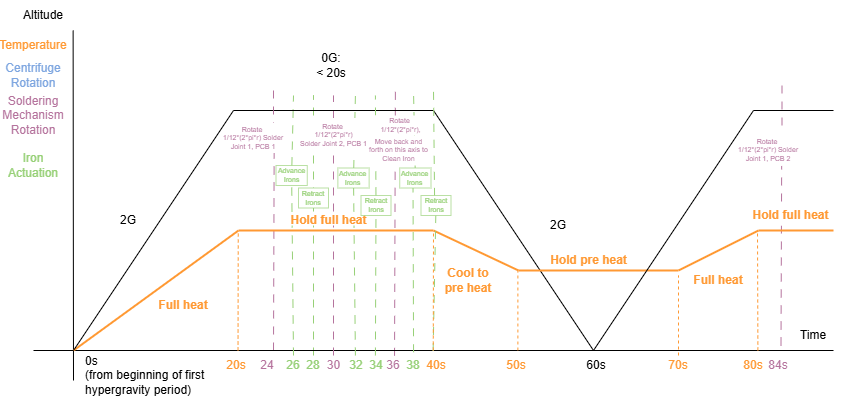
This is docs/assets/Parabolic-Operations.drawio.png from asmi-g/WSST-CentrifugeRepo-2026, a draw.io export, as it was before one commit. Source tidied: cells renumbered, new cells last; positions are measured from the earlier drawing's top-left corner, leaving out a move shared by most shapes.
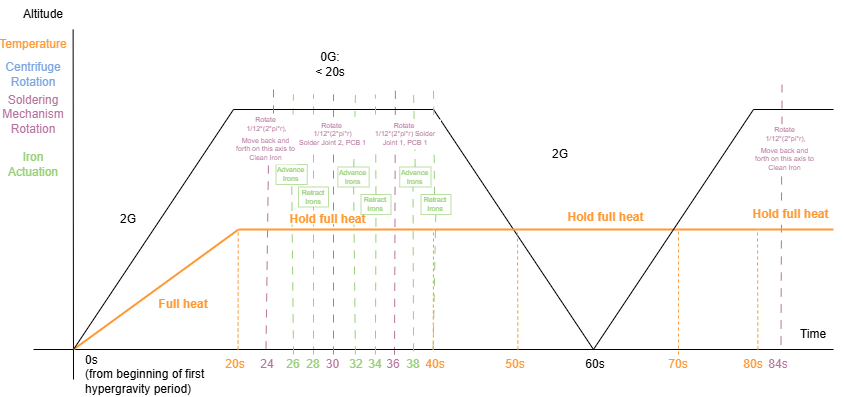
After the change.

Commit message:
stage-2-issue-6-centrifuge-operations-planning: Updated diagrams according to leads discussions

Diff of the diagram source:
```diff
@@ -24,14 +24,15 @@
         <mxPoint x="391.9" y="90" as="targetPoint" />
       </mxGeometry>
     </mxCell>
-    <mxCell id="6" style="endArrow=none;html=1;rounded=0;fontColor=#B5739D;strokeColor=#B5739D;dashed=1;dashPattern=8 8;entryX=0.795;entryY=0.994;entryDx=0;entryDy=0;entryPerimeter=0;" parent="1" edge="1" target="45">
+    <mxCell id="6" style="endArrow=none;html=1;rounded=0;fontColor=#B5739D;strokeColor=#B5739D;dashed=1;dashPattern=8 8;exitX=1;exitY=0;exitDx=0;exitDy=0;" parent="1" edge="1" source="17">
       <mxGeometry relative="1" as="geometry">
-        <mxPoint x="270" y="350" as="sourcePoint" />
+        <mxPoint x="265" y="160" as="targetPoint" />
       </mxGeometry>
     </mxCell>
-    <mxCell id="7" style="endArrow=none;html=1;rounded=0;fontColor=#B5739D;strokeColor=#B5739D;dashed=1;dashPattern=8 8;entryX=0.688;entryY=1.014;entryDx=0;entryDy=0;entryPerimeter=0;" parent="1" edge="1" target="38">
+    <mxCell id="7" style="endArrow=none;html=1;rounded=0;fontColor=#B5739D;strokeColor=#B5739D;dashed=1;dashPattern=8 8;entryX=0.688;entryY=1.014;entryDx=0;entryDy=0;entryPerimeter=0;" parent="1" edge="1">
       <mxGeometry relative="1" as="geometry">
         <mxPoint x="777.5" y="345" as="sourcePoint" />
+        <mxPoint x="778.2" y="165.4" as="targetPoint" />
       </mxGeometry>
     </mxCell>
     <mxCell id="8" style="endArrow=none;html=1;rounded=0;" parent="1" edge="1">
@@ -47,7 +48,7 @@
       <mxGeometry x="85" y="205" width="80" height="30" as="geometry" />
     </mxCell>
     <mxCell id="11" value="2G" style="text;html=1;whiteSpace=wrap;strokeColor=none;fillColor=none;align=center;verticalAlign=middle;rounded=0;" parent="1" vertex="1">
-      <mxGeometry x="515" y="210" width="80" height="30" as="geometry" />
+      <mxGeometry x="517.5" y="140" width="80" height="30" as="geometry" />
     </mxCell>
     <mxCell id="12" style="endArrow=none;html=1;rounded=0;" parent="1" edge="1">
       <mxGeometry relative="1" as="geometry">
@@ -100,7 +101,7 @@
     <mxCell id="23" style="endArrow=none;html=1;rounded=0;fontColor=#FF9933;strokeColor=#FF9933;strokeWidth=2;" parent="1" edge="1">
       <mxGeometry relative="1" as="geometry">
         <mxPoint x="430" y="230" as="sourcePoint" />
-        <mxPoint x="515" y="270" as="targetPoint" />
+        <mxPoint x="515" y="230" as="targetPoint" />
       </mxGeometry>
     </mxCell>
     <mxCell id="24" style="endArrow=none;html=1;rounded=0;" parent="1" edge="1">
@@ -111,14 +112,14 @@
     </mxCell>
     <mxCell id="25" style="endArrow=none;html=1;rounded=0;fontColor=#FF9933;strokeColor=#FF9933;strokeWidth=2;" parent="1" edge="1">
       <mxGeometry relative="1" as="geometry">
-        <mxPoint x="675" y="270" as="sourcePoint" />
+        <mxPoint x="675" y="230" as="sourcePoint" />
         <mxPoint x="755" y="230" as="targetPoint" />
       </mxGeometry>
     </mxCell>
     <mxCell id="26" style="endArrow=none;html=1;rounded=0;fontColor=#FF9933;strokeColor=#FF9933;strokeWidth=2;" parent="1" edge="1">
       <mxGeometry relative="1" as="geometry">
-        <mxPoint x="515" y="270" as="sourcePoint" />
-        <mxPoint x="675" y="270" as="targetPoint" />
+        <mxPoint x="515" y="230" as="sourcePoint" />
+        <mxPoint x="675" y="230" as="targetPoint" />
       </mxGeometry>
     </mxCell>
     <mxCell id="27" style="endArrow=none;html=1;rounded=0;fontColor=#FF9933;strokeColor=#FF9933;strokeWidth=2;" parent="1" edge="1">
@@ -130,12 +131,6 @@
     <mxCell id="28" value="Full heat" style="text;html=1;whiteSpace=wrap;strokeColor=none;fillColor=none;align=center;verticalAlign=middle;rounded=0;fontColor=#FF9933;fontStyle=1;" parent="1" vertex="1">
       <mxGeometry x="140" y="290" width="80" height="30" as="geometry" />
     </mxCell>
-    <mxCell id="29" value="Hold pre heat" style="text;html=1;whiteSpace=wrap;strokeColor=none;fillColor=none;align=center;verticalAlign=middle;rounded=0;fontColor=#FF9933;fontStyle=1;" parent="1" vertex="1">
-      <mxGeometry x="532.5" y="250" width="105" height="20" as="geometry" />
-    </mxCell>
-    <mxCell id="30" value="Full heat" style="text;html=1;whiteSpace=wrap;strokeColor=none;fillColor=none;align=center;verticalAlign=middle;rounded=0;fontColor=#FF9933;fontStyle=1;" parent="1" vertex="1">
-      <mxGeometry x="675" y="265" width="80" height="30" as="geometry" />
-    </mxCell>
     <mxCell id="31" value="Hold full heat" style="text;html=1;whiteSpace=wrap;strokeColor=none;fillColor=default;align=center;verticalAlign=middle;rounded=0;fontColor=#FF9933;fontStyle=1;" parent="1" vertex="1">
       <mxGeometry x="735" y="205" width="105" height="20" as="geometry" />
     </mxCell>
@@ -163,9 +158,6 @@
         </Array>
       </mxGeometry>
     </mxCell>
-    <mxCell id="38" value="Rotate&amp;nbsp;&lt;div&gt;1/12*(2*pi*r) Solder Joint 1, PCB 2&lt;/div&gt;" style="text;html=1;whiteSpace=wrap;strokeColor=none;fillColor=default;align=center;verticalAlign=middle;rounded=0;fontColor=#B5739D;fontSize=7;" parent="1" vertex="1">
-      <mxGeometry x="730" y="135" width="70" height="30" as="geometry" />
-    </mxCell>
     <mxCell id="39" style="endArrow=none;html=1;rounded=0;fontColor=#B5739D;strokeColor=#B5739D;dashed=1;dashPattern=8 8;" parent="1" edge="1">
       <mxGeometry relative="1" as="geometry">
         <mxPoint x="778.5" y="125" as="sourcePoint" />
@@ -191,9 +183,6 @@
     <mxCell id="44" value="Retract Irons" style="text;html=1;whiteSpace=wrap;strokeColor=#97D077;fillColor=default;align=center;verticalAlign=middle;rounded=0;fontColor=#97D077;fontSize=7;strokeWidth=0.5;" parent="1" vertex="1">
       <mxGeometry x="295" y="187.5" width="30" height="20" as="geometry" />
     </mxCell>
-    <mxCell id="45" value="Rotate&amp;nbsp;&lt;div&gt;1/12*(2*pi*r) Solder Joint 1, PCB 1&lt;/div&gt;" style="text;html=1;whiteSpace=wrap;strokeColor=none;fillColor=default;align=center;verticalAlign=middle;rounded=0;fontColor=#B5739D;fontSize=7;" parent="1" vertex="1">
-      <mxGeometry x="215" y="122.5" width="70" height="30" as="geometry" />
-    </mxCell>
     <mxCell id="46" style="endArrow=none;html=1;rounded=0;fontColor=#B5739D;strokeColor=#B5739D;dashed=1;dashPattern=8 8;" parent="1" edge="1" target="47">
       <mxGeometry relative="1" as="geometry">
         <mxPoint x="330" y="355" as="sourcePoint" />
@@ -240,7 +229,7 @@
       <mxGeometry x="396.2" y="167.5" width="31.2" height="20" as="geometry" />
     </mxCell>
     <mxCell id="57" value="&lt;div&gt;Rotate&amp;nbsp;&lt;div&gt;1/12*(2*pi*r),&lt;/div&gt;&lt;/div&gt;" style="text;html=1;whiteSpace=wrap;strokeColor=none;fillColor=default;align=center;verticalAlign=middle;rounded=0;fontColor=#B5739D;fontSize=7;" parent="1" vertex="1">
-      <mxGeometry x="365.6" y="115" width="62.5" height="20" as="geometry" />
+      <mxGeometry x="232.5" y="115" width="62.5" height="20" as="geometry" />
     </mxCell>
     <mxCell id="58" value="26" style="text;html=1;whiteSpace=wrap;strokeColor=none;fillColor=none;align=center;verticalAlign=middle;rounded=0;fontColor=#97D077;" parent="1" vertex="1">
       <mxGeometry x="280" y="355" width="20" height="20" as="geometry" />
@@ -274,9 +263,6 @@
     <mxCell id="67" value="Retract Irons" style="text;html=1;whiteSpace=wrap;strokeColor=#97D077;fillColor=default;align=center;verticalAlign=middle;rounded=0;fontColor=#97D077;fontSize=7;strokeWidth=0.5;" parent="1" vertex="1">
       <mxGeometry x="417.5" y="195" width="30" height="20" as="geometry" />
     </mxCell>
-    <mxCell id="68" value="Cool to pre heat" style="text;html=1;whiteSpace=wrap;strokeColor=none;fillColor=default;align=center;verticalAlign=middle;rounded=0;fontColor=#FF9933;fontStyle=1;" parent="1" vertex="1">
-      <mxGeometry x="435" y="270" width="60" height="20" as="geometry" />
-    </mxCell>
     <mxCell id="69" value="50s" style="text;html=1;whiteSpace=wrap;strokeColor=none;fillColor=none;align=center;verticalAlign=middle;rounded=0;fontColor=#FF9933;" parent="1" vertex="1">
       <mxGeometry x="482.5" y="350" width="60" height="30" as="geometry" />
     </mxCell>
@@ -286,13 +272,13 @@
     <mxCell id="71" style="endArrow=none;dashed=1;html=1;rounded=0;strokeColor=#FF9933;" parent="1" edge="1">
       <mxGeometry relative="1" as="geometry">
         <mxPoint x="514.4" y="350" as="sourcePoint" />
-        <mxPoint x="514.4" y="270" as="targetPoint" />
+        <mxPoint x="514" y="230" as="targetPoint" />
       </mxGeometry>
     </mxCell>
     <mxCell id="72" style="endArrow=none;dashed=1;html=1;rounded=0;strokeColor=#FF9933;" parent="1" edge="1">
       <mxGeometry relative="1" as="geometry">
         <mxPoint x="675" y="355" as="sourcePoint" />
-        <mxPoint x="675" y="275" as="targetPoint" />
+        <mxPoint x="675" y="230" as="targetPoint" />
       </mxGeometry>
     </mxCell>
     <mxCell id="73" style="endArrow=none;dashed=1;html=1;rounded=0;strokeColor=#FF9933;" parent="1" edge="1">
@@ -326,10 +312,22 @@
       </mxGeometry>
     </mxCell>
     <mxCell id="78" value="&lt;div&gt;&lt;span style=&quot;background-color: transparent; color: light-dark(rgb(181, 115, 157), rgb(166, 109, 145));&quot;&gt;Move back and forth on this axis to&lt;/span&gt;&lt;/div&gt;Clean Iron" style="text;html=1;whiteSpace=wrap;strokeColor=none;fillColor=default;align=center;verticalAlign=middle;rounded=0;fontColor=#B5739D;fontSize=7;" parent="1" vertex="1">
-      <mxGeometry x="364.4" y="135" width="62.5" height="30" as="geometry" />
+      <mxGeometry x="231.2" y="135" width="62.5" height="30" as="geometry" />
     </mxCell>
     <mxCell id="79" value="0s&lt;div&gt;(from beginning of first hypergravity period)&lt;/div&gt;" style="text;html=1;whiteSpace=wrap;strokeColor=none;fillColor=none;align=left;verticalAlign=middle;rounded=0;" parent="1" vertex="1">
       <mxGeometry x="80" y="360" width="140" height="30" as="geometry" />
     </mxCell>
+    <mxCell id="80" value="Hold full heat" style="text;html=1;whiteSpace=wrap;strokeColor=none;fillColor=none;align=center;verticalAlign=middle;rounded=0;fontColor=#FF9933;fontStyle=1;" parent="1" vertex="1">
+      <mxGeometry x="550" y="210" width="105" height="15" as="geometry" />
+    </mxCell>
+    <mxCell id="45" value="Rotate&amp;nbsp;&lt;div&gt;1/12*(2*pi*r) Solder Joint 1, PCB 1&lt;/div&gt;" style="text;html=1;whiteSpace=wrap;strokeColor=none;fillColor=default;align=center;verticalAlign=middle;rounded=0;fontColor=#B5739D;fontSize=7;" parent="1" vertex="1">
+      <mxGeometry x="367.5" y="120" width="70" height="30" as="geometry" />
+    </mxCell>
+    <mxCell id="81" value="&lt;div&gt;Rotate&amp;nbsp;&lt;div&gt;1/12*(2*pi*r),&lt;/div&gt;&lt;/div&gt;" style="text;html=1;whiteSpace=wrap;strokeColor=none;fillColor=default;align=center;verticalAlign=middle;rounded=0;fontColor=#B5739D;fontSize=7;" parent="1" vertex="1">
+      <mxGeometry x="751.2" y="125" width="62.5" height="20" as="geometry" />
+    </mxCell>
+    <mxCell id="82" value="&lt;div&gt;&lt;span style=&quot;background-color: transparent; color: light-dark(rgb(181, 115, 157), rgb(166, 109, 145));&quot;&gt;Move back and forth on this axis to&lt;/span&gt;&lt;/div&gt;Clean Iron" style="text;html=1;whiteSpace=wrap;strokeColor=none;fillColor=default;align=center;verticalAlign=middle;rounded=0;fontColor=#B5739D;fontSize=7;" parent="1" vertex="1">
+      <mxGeometry x="750" y="145" width="62.5" height="30" as="geometry" />
+    </mxCell>
   </root>
 </mxGraphModel>
```
